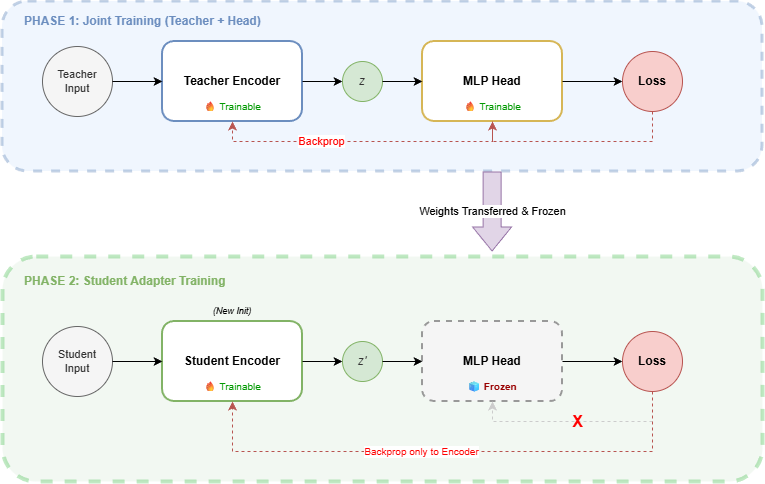
This is Documentazione/images/modelsss/PipeApp3.png from Fonty02/HallucinationDetection, a draw.io export, as it was before one commit. Source tidied: cells renumbered, new cells last; positions are measured from the earlier drawing's top-left corner, leaving out a move shared by most shapes.
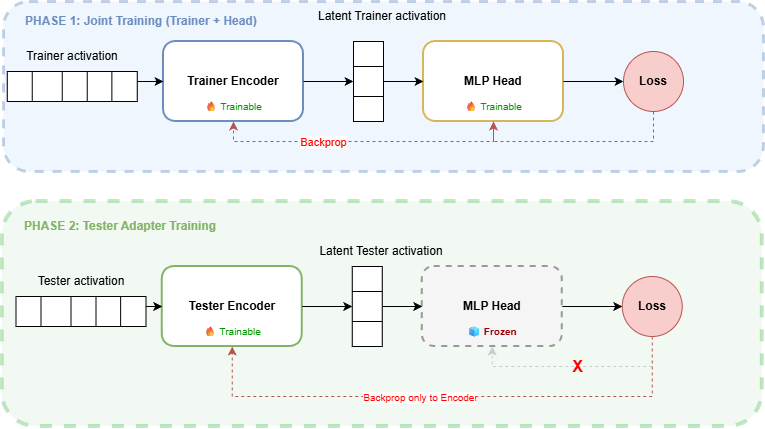
Above is the later version.

Diff of the diagram source:
```diff
@@ -3,40 +3,40 @@
     <mxCell id="0" />
     <mxCell id="1" parent="0" />
     <mxCell id="2" style="rounded=1;whiteSpace=wrap;html=1;fillColor=#dae8fc;strokeColor=#6c8ebf;dashed=1;opacity=40;strokeWidth=3;" parent="1" vertex="1">
-      <mxGeometry width="760" height="170" as="geometry" />
+      <mxGeometry x="1.2" y="55" width="760" height="170" as="geometry" />
     </mxCell>
-    <mxCell id="3" value="PHASE 1: Joint Training (Teacher + Head)" style="text;html=1;strokeColor=none;fillColor=none;align=left;verticalAlign=middle;whiteSpace=wrap;rounded=0;fontStyle=1;fontSize=12;fontColor=#6c8ebf;" parent="1" vertex="1">
-      <mxGeometry x="20" y="10" width="250" height="20" as="geometry" />
+    <mxCell id="3" value="PHASE 1: Joint Training (Trainer + Head)" style="text;html=1;strokeColor=none;fillColor=none;align=left;verticalAlign=middle;whiteSpace=wrap;rounded=0;fontStyle=1;fontSize=12;fontColor=#6c8ebf;" parent="1" vertex="1">
+      <mxGeometry x="21.2" y="65" width="250" height="20" as="geometry" />
     </mxCell>
-    <mxCell id="4" value="Teacher&lt;br&gt;Input" style="ellipse;whiteSpace=wrap;html=1;fillColor=#f5f5f5;strokeColor=#666666;fontColor=#333333;fontSize=11;" parent="1" vertex="1">
-      <mxGeometry x="40" y="45" width="70" height="70" as="geometry" />
-    </mxCell>
-    <mxCell id="5" value="Teacher Encoder" style="rounded=1;whiteSpace=wrap;html=1;fillColor=#ffffff;strokeColor=#6c8ebf;strokeWidth=2;fontStyle=1;" parent="1" vertex="1">
-      <mxGeometry x="160" y="40" width="140" height="80" as="geometry" />
+    <mxCell id="5" value="Trainer Encoder" style="rounded=1;whiteSpace=wrap;html=1;fillColor=#ffffff;strokeColor=#6c8ebf;strokeWidth=2;fontStyle=1;" parent="1" vertex="1">
+      <mxGeometry x="161.2" y="95" width="140" height="80" as="geometry" />
     </mxCell>
     <mxCell id="6" value="🔥&amp;nbsp;Trainable" style="text;html=1;strokeColor=none;fillColor=none;align=center;verticalAlign=middle;whiteSpace=wrap;rounded=0;fontSize=10;fontColor=#009900;" parent="5" vertex="1">
       <mxGeometry y="55" width="140" height="20" as="geometry" />
     </mxCell>
-    <mxCell id="7" value="z" style="ellipse;whiteSpace=wrap;html=1;fillColor=#d5e8d4;strokeColor=#82b366;fontColor=#333333;fontStyle=2;" parent="1" vertex="1">
-      <mxGeometry x="340" y="60" width="40" height="40" as="geometry" />
-    </mxCell>
     <mxCell id="8" value="MLP Head" style="rounded=1;whiteSpace=wrap;html=1;fillColor=#ffffff;strokeColor=#d6b656;strokeWidth=2;fontStyle=1;" parent="1" vertex="1">
-      <mxGeometry x="420" y="40" width="140" height="80" as="geometry" />
+      <mxGeometry x="421.2" y="95" width="140" height="80" as="geometry" />
     </mxCell>
     <mxCell id="9" value="🔥&amp;nbsp;Trainable" style="text;html=1;strokeColor=none;fillColor=none;align=center;verticalAlign=middle;whiteSpace=wrap;rounded=0;fontSize=10;fontColor=#009900;" parent="8" vertex="1">
       <mxGeometry y="55" width="140" height="20" as="geometry" />
     </mxCell>
     <mxCell id="10" value="Loss" style="ellipse;whiteSpace=wrap;html=1;fillColor=#f8cecc;strokeColor=#b85450;fontStyle=1;" parent="1" vertex="1">
-      <mxGeometry x="620" y="50" width="60" height="60" as="geometry" />
+      <mxGeometry x="621.2" y="105" width="60" height="60" as="geometry" />
     </mxCell>
-    <mxCell id="11" style="edgeStyle=orthogonalEdgeStyle;rounded=0;html=1;" parent="1" edge="1" source="4" target="5">
-      <mxGeometry relative="1" as="geometry" />
+    <mxCell id="11" style="edgeStyle=orthogonalEdgeStyle;rounded=0;html=1;" parent="1" edge="1" target="5">
+      <mxGeometry relative="1" as="geometry">
+        <mxPoint x="111.2" y="135" as="sourcePoint" />
+      </mxGeometry>
     </mxCell>
-    <mxCell id="12" style="edgeStyle=orthogonalEdgeStyle;rounded=0;html=1;" parent="1" edge="1" source="5" target="7">
-      <mxGeometry relative="1" as="geometry" />
+    <mxCell id="12" style="edgeStyle=orthogonalEdgeStyle;rounded=0;html=1;" parent="1" edge="1" source="5">
+      <mxGeometry relative="1" as="geometry">
+        <mxPoint x="351.2" y="135" as="targetPoint" />
+      </mxGeometry>
     </mxCell>
-    <mxCell id="13" style="edgeStyle=orthogonalEdgeStyle;rounded=0;html=1;" parent="1" edge="1" source="7" target="8">
-      <mxGeometry relative="1" as="geometry" />
+    <mxCell id="13" style="edgeStyle=orthogonalEdgeStyle;rounded=0;html=1;" parent="1" edge="1" target="8">
+      <mxGeometry relative="1" as="geometry">
+        <mxPoint x="381.2" y="135" as="sourcePoint" />
+      </mxGeometry>
     </mxCell>
     <mxCell id="14" style="edgeStyle=orthogonalEdgeStyle;rounded=0;html=1;" parent="1" edge="1" source="8" target="10">
       <mxGeometry relative="1" as="geometry" />
@@ -44,52 +44,37 @@
     <mxCell id="15" style="edgeStyle=curved;rounded=0;html=1;dashed=1;strokeColor=#b85450;fontColor=#b85450;entryX=0.5;entryY=1;entryDx=0;entryDy=0;" parent="1" edge="1" source="10" target="8">
       <mxGeometry relative="1" as="geometry">
         <Array as="points">
-          <mxPoint x="650" y="140" />
-          <mxPoint x="490" y="140" />
+          <mxPoint x="651.2" y="195" />
+          <mxPoint x="491.2" y="195" />
         </Array>
       </mxGeometry>
     </mxCell>
     <mxCell id="16" style="edgeStyle=curved;rounded=0;html=1;dashed=1;strokeColor=#b85450;fontColor=#b85450;entryX=0.5;entryY=1;entryDx=0;entryDy=0;" parent="1" edge="1" source="8" target="5">
       <mxGeometry relative="1" as="geometry">
         <Array as="points">
-          <mxPoint x="490" y="140" />
-          <mxPoint x="360" y="140" />
-          <mxPoint x="230" y="140" />
+          <mxPoint x="491.2" y="195" />
+          <mxPoint x="361.2" y="195" />
+          <mxPoint x="231.2" y="195" />
         </Array>
       </mxGeometry>
     </mxCell>
     <mxCell id="17" value="&lt;font style=&quot;color: rgb(255, 0, 0);&quot;&gt;Backprop&lt;/font&gt;" style="edgeLabel;html=1;align=center;verticalAlign=middle;" parent="16" vertex="1">
       <mxGeometry x="0.28" relative="1" as="geometry" />
     </mxCell>
-    <mxCell id="18" value="Weights Transferred &amp; Frozen" style="shape=flexArrow;endArrow=classic;html=1;rounded=0;fillColor=#e1d5e7;strokeColor=#9673a6;width=18;endSize=7.67;" parent="1" edge="1">
-      <mxGeometry relative="1" as="geometry">
-        <mxPoint x="489.6" y="170" as="sourcePoint" />
-        <mxPoint x="489.6" y="250" as="targetPoint" />
-      </mxGeometry>
-    </mxCell>
     <mxCell id="19" style="rounded=1;whiteSpace=wrap;html=1;fillColor=#d5e8d4;strokeColor=#2BB334;dashed=1;opacity=30;strokeWidth=4;" parent="1" vertex="1">
       <mxGeometry y="255" width="760" height="225" as="geometry" />
     </mxCell>
-    <mxCell id="20" value="PHASE 2: Student Adapter Training" style="text;html=1;strokeColor=none;fillColor=none;align=left;verticalAlign=middle;whiteSpace=wrap;rounded=0;fontStyle=1;fontSize=12;fontColor=#82b366;" parent="1" vertex="1">
+    <mxCell id="20" value="PHASE 2: Tester Adapter Training" style="text;html=1;strokeColor=none;fillColor=none;align=left;verticalAlign=middle;whiteSpace=wrap;rounded=0;fontStyle=1;fontSize=12;fontColor=#82b366;" parent="1" vertex="1">
       <mxGeometry x="20" y="270" width="250" height="20" as="geometry" />
     </mxCell>
-    <mxCell id="21" value="Student&lt;br&gt;Input" style="ellipse;whiteSpace=wrap;html=1;fillColor=#f5f5f5;strokeColor=#666666;fontColor=#333333;fontSize=11;" parent="1" vertex="1">
-      <mxGeometry x="40" y="325" width="70" height="70" as="geometry" />
-    </mxCell>
-    <mxCell id="22" value="Student Encoder" style="rounded=1;whiteSpace=wrap;html=1;fillColor=#ffffff;strokeColor=#82b366;strokeWidth=2;fontStyle=1;" parent="1" vertex="1">
-      <mxGeometry x="160" y="320" width="140" height="80" as="geometry" />
+    <mxCell id="22" value="Tester Encoder" style="rounded=1;whiteSpace=wrap;html=1;fillColor=#ffffff;strokeColor=#82b366;strokeWidth=2;fontStyle=1;" parent="1" vertex="1">
+      <mxGeometry x="159.9" y="320" width="140" height="80" as="geometry" />
     </mxCell>
     <mxCell id="23" value="🔥&amp;nbsp;Trainable" style="text;html=1;strokeColor=none;fillColor=none;align=center;verticalAlign=middle;whiteSpace=wrap;rounded=0;fontSize=10;fontColor=#009900;" parent="22" vertex="1">
       <mxGeometry y="55" width="140" height="20" as="geometry" />
     </mxCell>
-    <mxCell id="24" value="(New Init)" style="text;html=1;strokeColor=none;fillColor=none;align=center;verticalAlign=middle;whiteSpace=wrap;rounded=0;fontSize=9;fontStyle=2;" parent="1" vertex="1">
-      <mxGeometry x="190" y="300" width="80" height="20" as="geometry" />
-    </mxCell>
-    <mxCell id="25" value="z'" style="ellipse;whiteSpace=wrap;html=1;fillColor=#d5e8d4;strokeColor=#82b366;fontColor=#333333;fontStyle=2;" parent="1" vertex="1">
-      <mxGeometry x="340" y="340" width="40" height="40" as="geometry" />
-    </mxCell>
     <mxCell id="26" value="MLP Head" style="rounded=1;whiteSpace=wrap;html=1;fillColor=#f5f5f5;strokeColor=#999999;strokeWidth=2;fontStyle=1;dashed=1;" parent="1" vertex="1">
-      <mxGeometry x="420" y="320" width="140" height="80" as="geometry" />
+      <mxGeometry x="419.9" y="320" width="140" height="80" as="geometry" />
     </mxCell>
     <mxCell id="27" value="🧊&amp;nbsp;Frozen" style="text;html=1;strokeColor=none;fillColor=none;align=center;verticalAlign=middle;whiteSpace=wrap;rounded=0;fontSize=10;fontColor=#990000;fontStyle=1;" parent="26" vertex="1">
       <mxGeometry y="55" width="140" height="20" as="geometry" />
@@ -97,15 +82,11 @@
     <mxCell id="28" value="Loss" style="ellipse;whiteSpace=wrap;html=1;fillColor=#f8cecc;strokeColor=#b85450;fontStyle=1;" parent="1" vertex="1">
       <mxGeometry x="620" y="330" width="60" height="60" as="geometry" />
     </mxCell>
-    <mxCell id="29" style="edgeStyle=orthogonalEdgeStyle;rounded=0;html=1;" parent="1" edge="1" source="21" target="22">
-      <mxGeometry relative="1" as="geometry" />
+    <mxCell id="29" style="edgeStyle=orthogonalEdgeStyle;rounded=0;html=1;" parent="1" edge="1" target="22">
+      <mxGeometry relative="1" as="geometry">
+        <mxPoint x="110" y="360" as="sourcePoint" />
+      </mxGeometry>
     </mxCell>
-    <mxCell id="30" style="edgeStyle=orthogonalEdgeStyle;rounded=0;html=1;" parent="1" edge="1" source="22" target="25">
-      <mxGeometry relative="1" as="geometry" />
-    </mxCell>
-    <mxCell id="31" style="edgeStyle=orthogonalEdgeStyle;rounded=0;html=1;" parent="1" edge="1" source="25" target="26">
-      <mxGeometry relative="1" as="geometry" />
-    </mxCell>
     <mxCell id="32" style="edgeStyle=orthogonalEdgeStyle;rounded=0;html=1;" parent="1" edge="1" source="26" target="28">
       <mxGeometry relative="1" as="geometry" />
     </mxCell>
@@ -113,7 +94,7 @@
       <mxGeometry relative="1" as="geometry">
         <Array as="points">
           <mxPoint x="650" y="420" />
-          <mxPoint x="490" y="420" />
+          <mxPoint x="489.9" y="420" />
         </Array>
       </mxGeometry>
     </mxCell>
@@ -124,12 +105,141 @@
       <mxGeometry relative="1" as="geometry">
         <Array as="points">
           <mxPoint x="650" y="450" />
-          <mxPoint x="230" y="450" />
+          <mxPoint x="229.9" y="450" />
         </Array>
       </mxGeometry>
     </mxCell>
     <mxCell id="36" value="&lt;font style=&quot;color: rgb(255, 0, 0);&quot;&gt;Backprop only to Encoder&lt;/font&gt;" style="edgeLabel;html=1;align=center;verticalAlign=middle;fontSize=10;fontColor=#b85450;backgroundColor=#ffffff;" parent="35" vertex="1">
       <mxGeometry x="0.1" relative="1" as="geometry" />
     </mxCell>
+    <mxCell id="37" style="group;rotation=90;" parent="1" vertex="1">
+      <mxGeometry x="55" y="75" width="30" height="130" as="geometry" />
+    </mxCell>
+    <mxCell id="38" style="rounded=0;whiteSpace=wrap;html=1;rotation=180;" parent="37" vertex="1">
+      <mxGeometry x="-50" y="50" width="130" height="30" as="geometry" />
+    </mxCell>
+    <mxCell id="39" style="endArrow=none;html=1;rounded=0;exitX=0.195;exitY=0.997;exitDx=0;exitDy=0;exitPerimeter=0;entryX=0.195;entryY=0.003;entryDx=0;entryDy=0;entryPerimeter=0;" parent="37" edge="1" source="38" target="38">
+      <mxGeometry relative="1" as="geometry" />
+    </mxCell>
+    <mxCell id="40" style="endArrow=none;html=1;rounded=0;exitX=0.195;exitY=0.997;exitDx=0;exitDy=0;exitPerimeter=0;entryX=0.195;entryY=0.003;entryDx=0;entryDy=0;entryPerimeter=0;" parent="37" edge="1">
+      <mxGeometry relative="1" as="geometry">
+        <mxPoint x="30" y="50" as="sourcePoint" />
+        <mxPoint x="30" y="80" as="targetPoint" />
+      </mxGeometry>
+    </mxCell>
+    <mxCell id="41" style="endArrow=none;html=1;rounded=0;exitX=0.195;exitY=0.997;exitDx=0;exitDy=0;exitPerimeter=0;entryX=0.195;entryY=0.003;entryDx=0;entryDy=0;entryPerimeter=0;" parent="37" edge="1">
+      <mxGeometry relative="1" as="geometry">
+        <mxPoint x="5" y="50" as="sourcePoint" />
+        <mxPoint x="5" y="80" as="targetPoint" />
+      </mxGeometry>
+    </mxCell>
+    <mxCell id="42" style="endArrow=none;html=1;rounded=0;exitX=0.195;exitY=0.997;exitDx=0;exitDy=0;exitPerimeter=0;entryX=0.195;entryY=0.003;entryDx=0;entryDy=0;entryPerimeter=0;" parent="37" edge="1">
+      <mxGeometry relative="1" as="geometry">
+        <mxPoint x="-25" y="50" as="sourcePoint" />
+        <mxPoint x="-25" y="80" as="targetPoint" />
+        <Array as="points">
+          <mxPoint x="-25" y="60" />
+        </Array>
+      </mxGeometry>
+    </mxCell>
+    <mxCell id="43" value="Trainer activation" style="text;html=1;whiteSpace=wrap;strokeColor=none;fillColor=none;align=center;verticalAlign=middle;rounded=0;" parent="1" vertex="1">
+      <mxGeometry x="1.2" y="95" width="137.5" height="30" as="geometry" />
+    </mxCell>
+    <mxCell id="44" style="endArrow=classic;html=1;" parent="1" edge="1">
+      <mxGeometry relative="1" as="geometry">
+        <mxPoint x="110" y="360" as="sourcePoint" />
+        <mxPoint x="159.9" y="360" as="targetPoint" />
+      </mxGeometry>
+    </mxCell>
+    <mxCell id="45" style="group;rotation=90;" parent="1" vertex="1">
+      <mxGeometry x="63.7" y="300" width="30" height="130" as="geometry" />
+    </mxCell>
+    <mxCell id="46" style="rounded=0;whiteSpace=wrap;html=1;rotation=180;" parent="45" vertex="1">
+      <mxGeometry x="-50" y="50" width="130" height="30" as="geometry" />
+    </mxCell>
+    <mxCell id="47" style="endArrow=none;html=1;rounded=0;exitX=0.195;exitY=0.997;exitDx=0;exitDy=0;exitPerimeter=0;entryX=0.195;entryY=0.003;entryDx=0;entryDy=0;entryPerimeter=0;" parent="45" edge="1" source="46" target="46">
+      <mxGeometry relative="1" as="geometry" />
+    </mxCell>
+    <mxCell id="48" style="endArrow=none;html=1;rounded=0;exitX=0.195;exitY=0.997;exitDx=0;exitDy=0;exitPerimeter=0;entryX=0.195;entryY=0.003;entryDx=0;entryDy=0;entryPerimeter=0;" parent="45" edge="1">
+      <mxGeometry relative="1" as="geometry">
+        <mxPoint x="30" y="50" as="sourcePoint" />
+        <mxPoint x="30" y="80" as="targetPoint" />
+      </mxGeometry>
+    </mxCell>
+    <mxCell id="49" style="endArrow=none;html=1;rounded=0;exitX=0.195;exitY=0.997;exitDx=0;exitDy=0;exitPerimeter=0;entryX=0.195;entryY=0.003;entryDx=0;entryDy=0;entryPerimeter=0;" parent="45" edge="1">
+      <mxGeometry relative="1" as="geometry">
+        <mxPoint x="5" y="50" as="sourcePoint" />
+        <mxPoint x="5" y="80" as="targetPoint" />
+      </mxGeometry>
+    </mxCell>
+    <mxCell id="50" style="endArrow=none;html=1;rounded=0;exitX=0.195;exitY=0.997;exitDx=0;exitDy=0;exitPerimeter=0;entryX=0.195;entryY=0.003;entryDx=0;entryDy=0;entryPerimeter=0;" parent="45" edge="1">
+      <mxGeometry relative="1" as="geometry">
+        <mxPoint x="-25" y="50" as="sourcePoint" />
+        <mxPoint x="-25" y="80" as="targetPoint" />
+        <Array as="points">
+          <mxPoint x="-25" y="60" />
+        </Array>
+      </mxGeometry>
+    </mxCell>
+    <mxCell id="51" value="Tester activation" style="text;html=1;whiteSpace=wrap;strokeColor=none;fillColor=none;align=center;verticalAlign=middle;rounded=0;" parent="1" vertex="1">
+      <mxGeometry x="10" y="320" width="137.5" height="30" as="geometry" />
+    </mxCell>
+    <mxCell id="52" style="group;rotation=-180;" parent="1" vertex="1">
+      <mxGeometry x="351.2" y="95" width="60" height="130" as="geometry" />
+    </mxCell>
+    <mxCell id="53" style="rounded=0;whiteSpace=wrap;html=1;rotation=-90;" parent="52" vertex="1">
+      <mxGeometry x="-25" y="25" width="80" height="30" as="geometry" />
+    </mxCell>
+    <mxCell id="54" style="endArrow=none;html=1;rounded=0;exitX=0.195;exitY=0.997;exitDx=0;exitDy=0;exitPerimeter=0;entryX=0.195;entryY=0.003;entryDx=0;entryDy=0;entryPerimeter=0;" parent="52" edge="1">
+      <mxGeometry relative="1" as="geometry">
+        <mxPoint x="30" y="55" as="sourcePoint" />
+        <mxPoint y="55" as="targetPoint" />
+      </mxGeometry>
+    </mxCell>
+    <mxCell id="55" style="endArrow=none;html=1;rounded=0;exitX=0.195;exitY=0.997;exitDx=0;exitDy=0;exitPerimeter=0;entryX=0.195;entryY=0.003;entryDx=0;entryDy=0;entryPerimeter=0;" parent="52" edge="1">
+      <mxGeometry relative="1" as="geometry">
+        <mxPoint x="30" y="25" as="sourcePoint" />
+        <mxPoint y="25" as="targetPoint" />
+        <Array as="points">
+          <mxPoint x="20" y="25" />
+        </Array>
+      </mxGeometry>
+    </mxCell>
+    <mxCell id="56" value="Latent Trainer activation" style="text;html=1;whiteSpace=wrap;strokeColor=none;fillColor=none;align=center;verticalAlign=middle;rounded=0;" parent="1" vertex="1">
+      <mxGeometry x="311.2" y="55" width="137.5" height="30" as="geometry" />
+    </mxCell>
+    <mxCell id="57" style="edgeStyle=orthogonalEdgeStyle;rounded=0;html=1;" parent="1" edge="1">
+      <mxGeometry relative="1" as="geometry">
+        <mxPoint x="299.9" y="360" as="sourcePoint" />
+        <mxPoint x="349.9" y="360" as="targetPoint" />
+      </mxGeometry>
+    </mxCell>
+    <mxCell id="58" style="edgeStyle=orthogonalEdgeStyle;rounded=0;html=1;" parent="1" edge="1">
+      <mxGeometry relative="1" as="geometry">
+        <mxPoint x="379.9" y="360" as="sourcePoint" />
+        <mxPoint x="419.9" y="360" as="targetPoint" />
+      </mxGeometry>
+    </mxCell>
+    <mxCell id="59" style="rounded=0;whiteSpace=wrap;html=1;rotation=-90;" parent="1" vertex="1">
+      <mxGeometry x="324.9" y="345" width="80" height="30" as="geometry" />
+    </mxCell>
+    <mxCell id="60" style="endArrow=none;html=1;rounded=0;exitX=0.195;exitY=0.997;exitDx=0;exitDy=0;exitPerimeter=0;entryX=0.195;entryY=0.003;entryDx=0;entryDy=0;entryPerimeter=0;" parent="1" edge="1">
+      <mxGeometry relative="1" as="geometry">
+        <mxPoint x="379.9" y="375" as="sourcePoint" />
+        <mxPoint x="349.9" y="375" as="targetPoint" />
+      </mxGeometry>
+    </mxCell>
+    <mxCell id="61" style="endArrow=none;html=1;rounded=0;exitX=0.195;exitY=0.997;exitDx=0;exitDy=0;exitPerimeter=0;entryX=0.195;entryY=0.003;entryDx=0;entryDy=0;entryPerimeter=0;" parent="1" edge="1">
+      <mxGeometry relative="1" as="geometry">
+        <mxPoint x="379.9" y="345" as="sourcePoint" />
+        <mxPoint x="349.9" y="345" as="targetPoint" />
+        <Array as="points">
+          <mxPoint x="369.9" y="345" />
+        </Array>
+      </mxGeometry>
+    </mxCell>
+    <mxCell id="62" value="Latent Tester activation" style="text;html=1;whiteSpace=wrap;strokeColor=none;fillColor=none;align=center;verticalAlign=middle;rounded=0;" parent="1" vertex="1">
+      <mxGeometry x="309.9" y="290" width="137.5" height="30" as="geometry" />
+    </mxCell>
   </root>
 </mxGraphModel>
```
